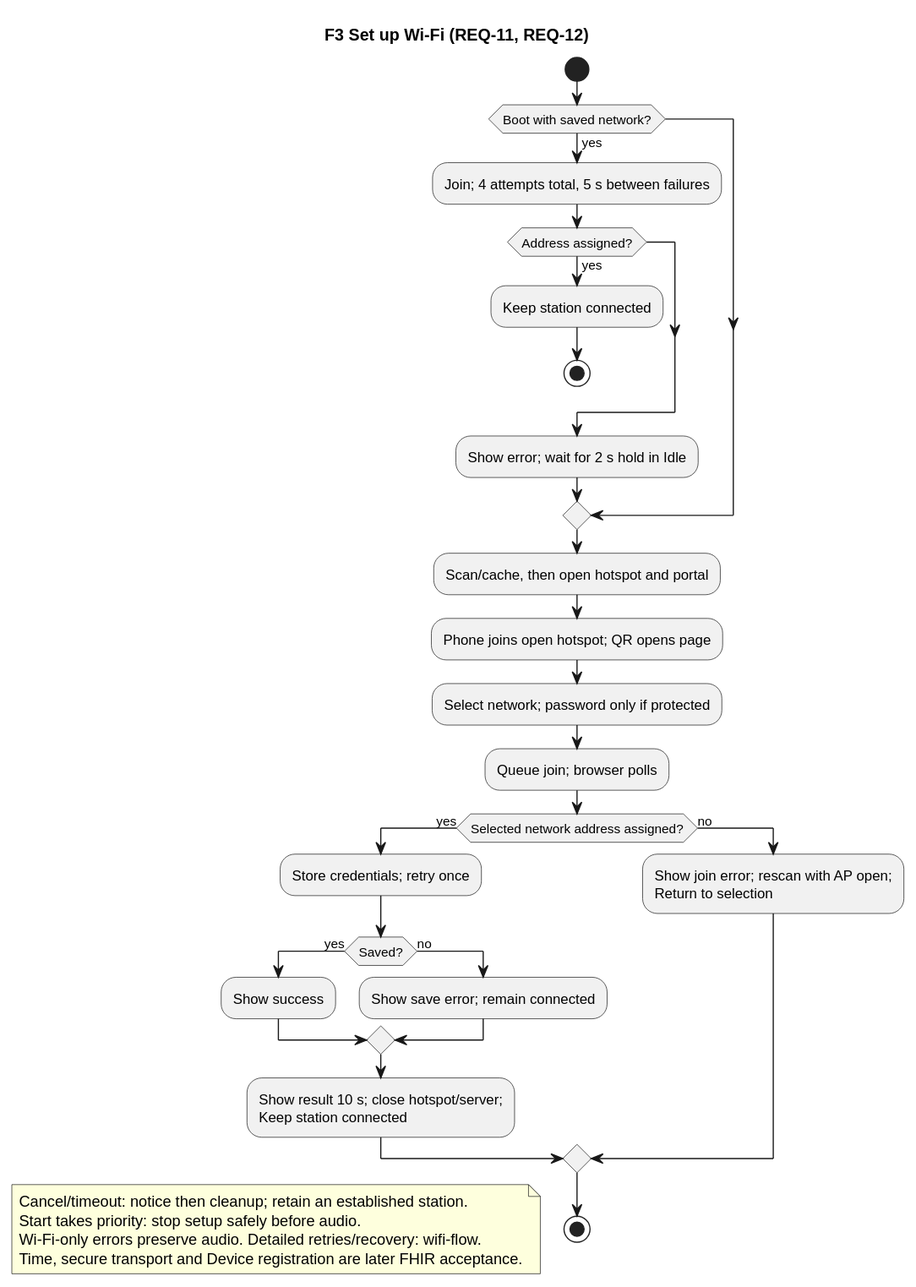
The PlantUML diagram Development/system/requirements/use-cases/rendered/uc_03_set_up_wifi.svg in DemonicPsychoII/DigitalStethoscope, before a commit.
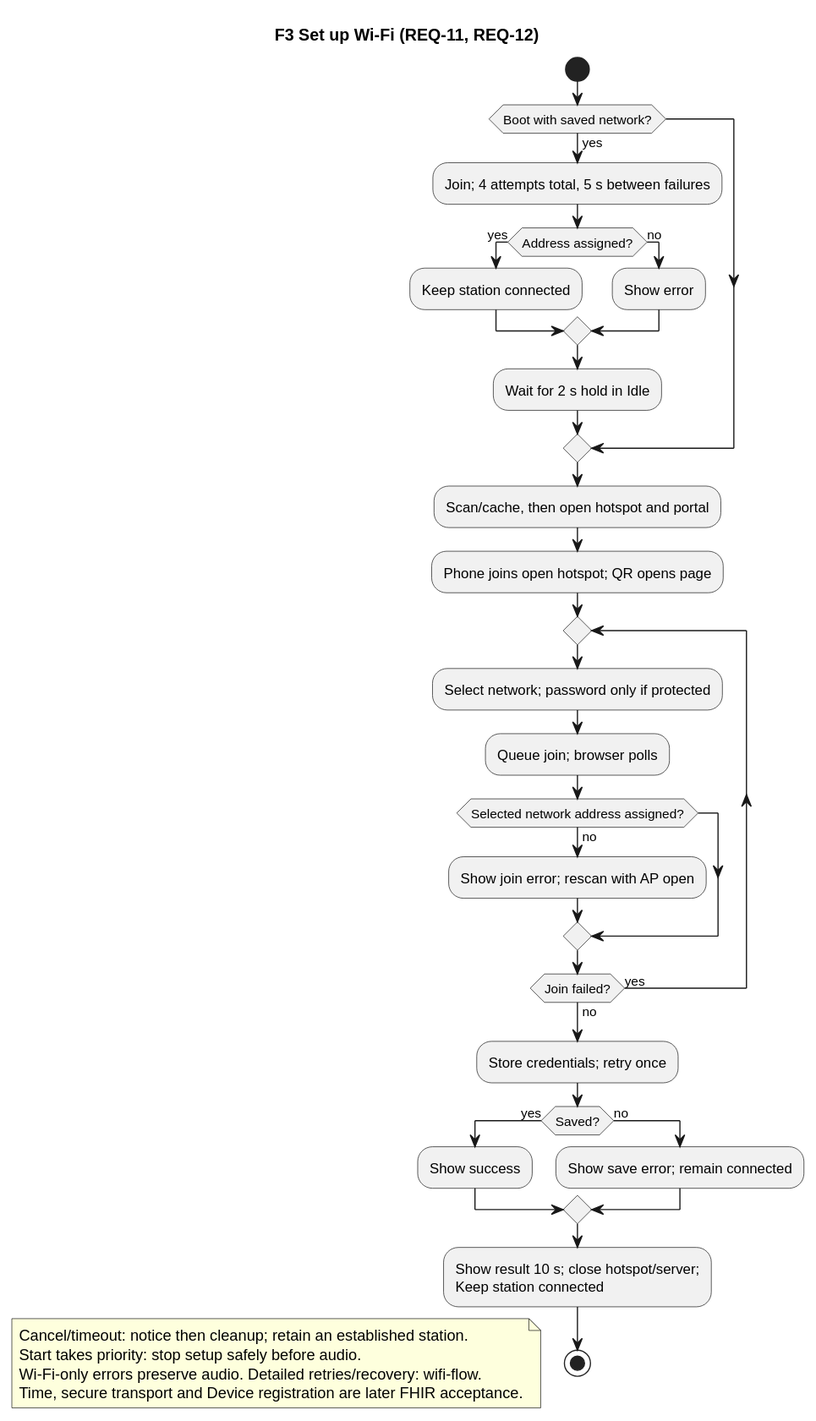
Above is the later version.

Commit message:
Fix Wi-Fi setup entry and retry paths in UC-03

Committed by GPT-6.1-Sol on behalf of Nico running in codex.

What changed in the source:
```diff
@@ -7,15 +7,20 @@
  :Join; 4 attempts total, 5 s between failures;
  if (Address assigned?) then (yes)
   :Keep station connected;
-  stop
+ else (no)
+  :Show error;
  endif
- :Show error; wait for 2 s hold in Idle;
+ :Wait for 2 s hold in Idle;
 endif
 :Scan/cache, then open hotspot and portal;
 :Phone joins open hotspot; QR opens page;
+repeat
 :Select network; password only if protected;
 :Queue join; browser polls;
-if (Selected network address assigned?) then (yes)
+if (Selected network address assigned?) then (no)
+ :Show join error; rescan with AP open;
+endif
+repeat while (Join failed?) is (yes) not (no)
  :Store credentials; retry once;
  if (Saved?) then (yes)
   :Show success;
@@ -23,9 +28,6 @@
   :Show save error; remain connected;
  endif
  :Show result 10 s; close hotspot/server;\nKeep station connected;
-else (no)
- :Show join error; rescan with AP open;\nReturn to selection;
-endif
 stop
 floating note
  Cancel/timeout: notice then cleanup; retain an established station.
```
